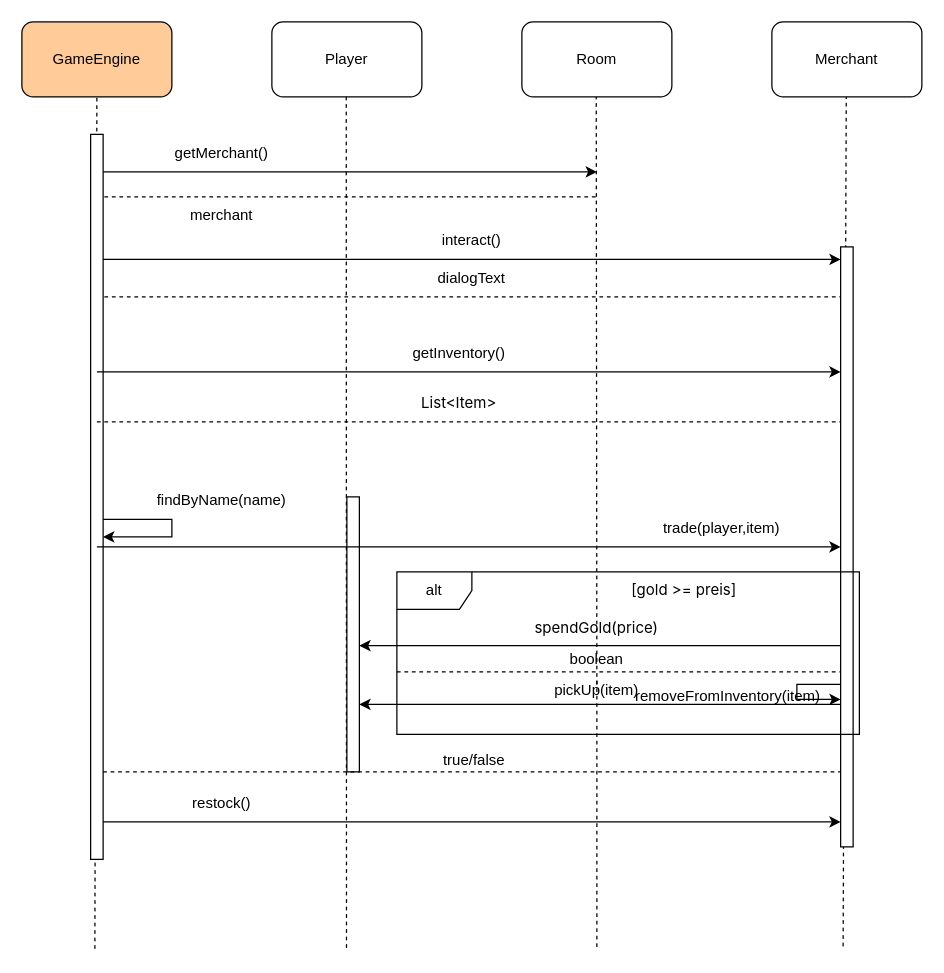
V1perZerofy/uml_project keeps this draw.io diagram as Diagrams/DungeonAdventure_MerchantSequenzdiagramm.drawio. Above is the earlier version. Source tidied: cells renumbered, new cells numbered last; positions are measured from the earlier drawing's top-left corner, leaving out a move shared by most shapes. Both pictures are drawn from the tidied source at 125%, with x=0, y=0 at pixel (21, 21).
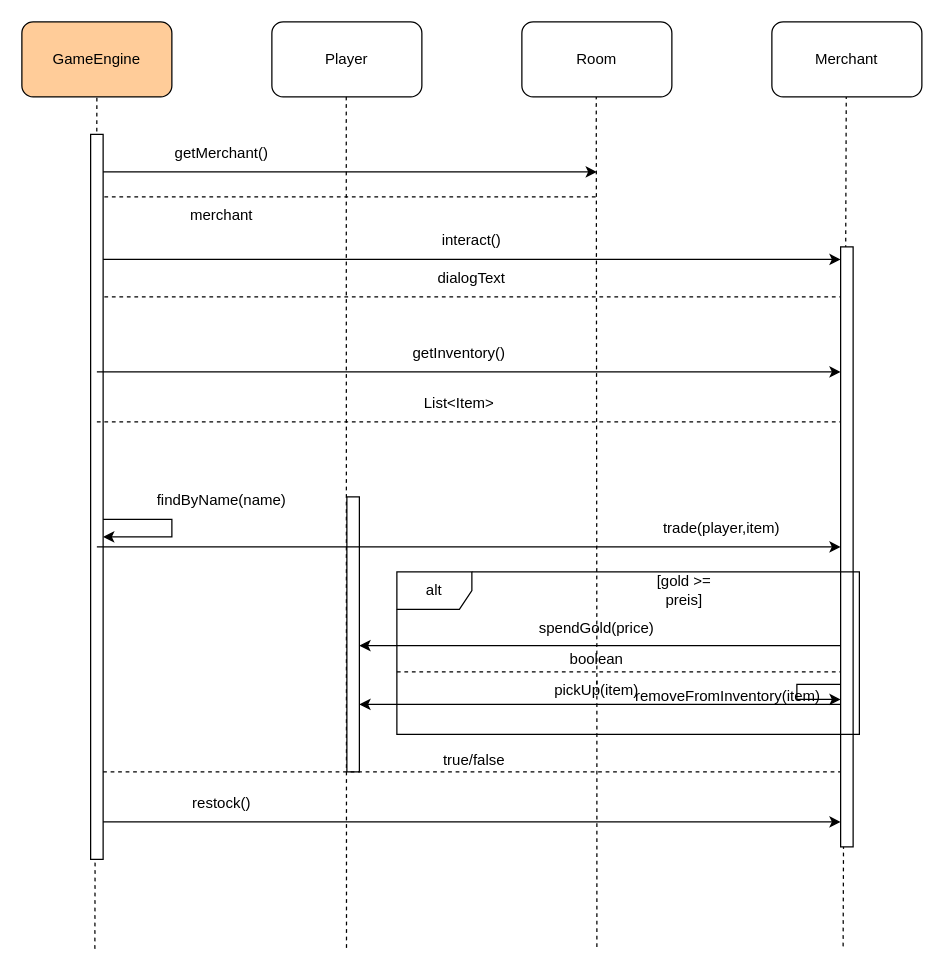
Above is the later version.

Commit message (it also covers changes not shown here):
Update README.md: enhance startup instructions for Windows and macOS/Linux

Change to the diagram source:
```diff
@@
-    <mxCell id="23" value="&lt;span style=&quot;font-family: &amp;quot;Anthropic Sans&amp;quot;, -apple-system, BlinkMacSystemFont, &amp;quot;Segoe UI&amp;quot;, sans-serif; text-align: start; white-space: nowrap;&quot;&gt;List&amp;lt;Item&amp;gt;&lt;/span&gt;" style="text;html=1;whiteSpace=wrap;strokeColor=none;fillColor=none;align=center;verticalAlign=middle;rounded=0;" parent="1" vertex="1">
+    <mxCell id="23" value="List&amp;lt;Item&amp;gt;" style="text;html=1;whiteSpace=wrap;strokeColor=none;fillColor=none;align=center;verticalAlign=middle;rounded=0;" parent="1" vertex="1">
       <mxGeometry x="320" y="290" width="60" height="30" as="geometry" />
     </mxCell>
@@
-    <mxCell id="30" value="&lt;span style=&quot;font-family: &amp;quot;Anthropic Sans&amp;quot;, -apple-system, BlinkMacSystemFont, &amp;quot;Segoe UI&amp;quot;, sans-serif; text-align: start; white-space: nowrap;&quot;&gt;[gold &amp;gt;= preis]&lt;/span&gt;" style="text;html=1;whiteSpace=wrap;strokeColor=none;fillColor=none;align=center;verticalAlign=middle;rounded=0;" parent="1" vertex="1">
+    <mxCell id="30" value="[gold &amp;gt;= preis]" style="text;html=1;whiteSpace=wrap;strokeColor=none;fillColor=none;align=center;verticalAlign=middle;rounded=0;" parent="1" vertex="1">
       <mxGeometry x="500" y="440" width="60" height="30" as="geometry" />
     </mxCell>
@@
-    <mxCell id="38" value="&lt;span style=&quot;font-family: &amp;quot;Anthropic Sans&amp;quot;, -apple-system, BlinkMacSystemFont, &amp;quot;Segoe UI&amp;quot;, sans-serif; text-align: start; white-space: nowrap;&quot;&gt;spendGold(price)&lt;/span&gt;" style="text;html=1;whiteSpace=wrap;strokeColor=none;fillColor=none;align=center;verticalAlign=middle;rounded=0;" parent="1" vertex="1">
+    <mxCell id="38" value="spendGold(price)" style="text;html=1;whiteSpace=wrap;strokeColor=none;fillColor=none;align=center;verticalAlign=middle;rounded=0;" parent="1" vertex="1">
       <mxGeometry x="430" y="470" width="60" height="30" as="geometry" />
     </mxCell>
```
